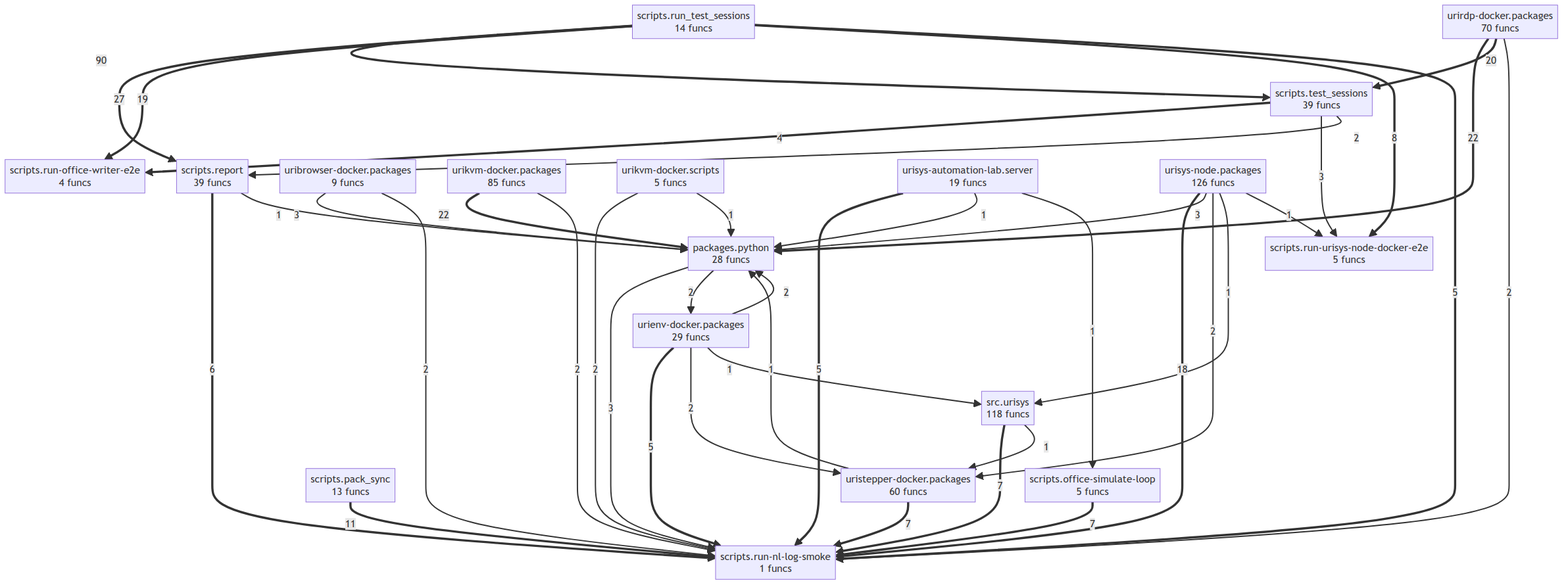
The Mermaid diagram project/compact_flow.png in tellmesh/urisys, before a commit. Its source is kept beside it as project/compact_flow.mmd.
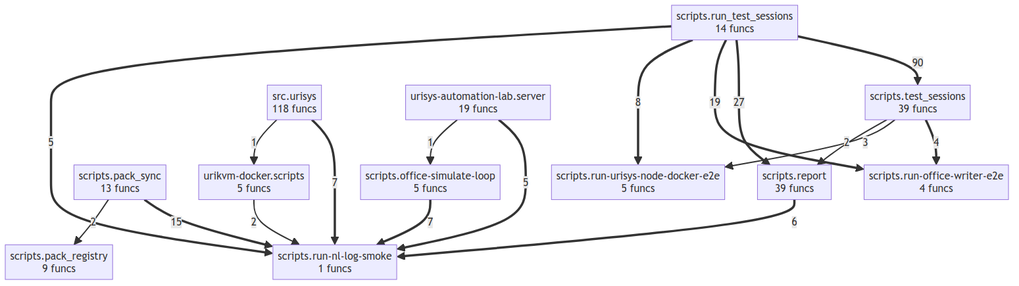
After the change.

The edit, as a diff of the source:
```diff
@@ -1,6 +1,6 @@
 flowchart TD
-    packages__python["packages.python<br/>28 funcs"]
     scripts__office_simulate_loop["scripts.office-simulate-loop<br/>5 funcs"]
+    scripts__pack_registry["scripts.pack_registry<br/>9 funcs"]
     scripts__pack_sync["scripts.pack_sync<br/>13 funcs"]
     scripts__report["scripts.report<br/>39 funcs"]
     scripts__run_nl_log_smoke["scripts.run-nl-log-smoke<br/>1 funcs"]
@@ -9,50 +9,22 @@
     scripts__run_test_sessions["scripts.run_test_sessions<br/>14 funcs"]
     scripts__test_sessions["scripts.test_sessions<br/>39 funcs"]
     src__urisys["src.urisys<br/>118 funcs"]
-    uribrowser_docker__packages["uribrowser-docker.packages<br/>9 funcs"]
-    urienv_docker__packages["urienv-docker.packages<br/>29 funcs"]
-    urikvm_docker__packages["urikvm-docker.packages<br/>85 funcs"]
     urikvm_docker__scripts["urikvm-docker.scripts<br/>5 funcs"]
-    urirdp_docker__packages["urirdp-docker.packages<br/>70 funcs"]
-    uristepper_docker__packages["uristepper-docker.packages<br/>60 funcs"]
     urisys_automation_lab__server["urisys-automation-lab.server<br/>19 funcs"]
-    urisys_node__packages["urisys-node.packages<br/>126 funcs"]
     scripts__run_test_sessions ==>|90| scripts__test_sessions
     scripts__run_test_sessions ==>|27| scripts__report
-    urirdp_docker__packages ==>|22| packages__python
-    urikvm_docker__packages ==>|22| packages__python
-    urirdp_docker__packages ==>|20| scripts__test_sessions
     scripts__run_test_sessions ==>|19| scripts__run_office_writer_e2e
-    urisys_node__packages ==>|18| scripts__run_nl_log_smoke
-    scripts__pack_sync ==>|11| scripts__run_nl_log_smoke
+    scripts__pack_sync ==>|15| scripts__run_nl_log_smoke
     scripts__run_test_sessions ==>|8| scripts__run_urisys_node_docker_e2e
     src__urisys ==>|7| scripts__run_nl_log_smoke
-    uristepper_docker__packages ==>|7| scripts__run_nl_log_smoke
     scripts__office_simulate_loop ==>|7| scripts__run_nl_log_smoke
     scripts__report ==>|6| scripts__run_nl_log_smoke
     scripts__run_test_sessions ==>|5| scripts__run_nl_log_smoke
     urisys_automation_lab__server ==>|5| scripts__run_nl_log_smoke
-    urienv_docker__packages ==>|5| scripts__run_nl_log_smoke
     scripts__test_sessions ==>|4| scripts__run_office_writer_e2e
-    packages__python -->|3| scripts__run_nl_log_smoke
     scripts__test_sessions -->|3| scripts__run_urisys_node_docker_e2e
-    uribrowser_docker__packages -->|3| packages__python
-    urisys_node__packages -->|3| packages__python
-    packages__python -->|2| urienv_docker__packages
     scripts__test_sessions -->|2| scripts__report
-    urirdp_docker__packages -->|2| scripts__run_nl_log_smoke
-    uribrowser_docker__packages -->|2| scripts__run_nl_log_smoke
-    urikvm_docker__packages -->|2| scripts__run_nl_log_smoke
     urikvm_docker__scripts -->|2| scripts__run_nl_log_smoke
-    urienv_docker__packages -->|2| uristepper_docker__packages
-    urienv_docker__packages -->|2| packages__python
-    urisys_node__packages -->|2| uristepper_docker__packages
-    src__urisys -->|1| uristepper_docker__packages
-    uristepper_docker__packages -->|1| packages__python
-    scripts__report -->|1| packages__python
-    urikvm_docker__scripts -->|1| packages__python
-    urisys_automation_lab__server -->|1| packages__python
+    scripts__pack_sync -->|2| scripts__pack_registry
+    src__urisys -->|1| urikvm_docker__scripts
     urisys_automation_lab__server -->|1| scripts__office_simulate_loop
-    urienv_docker__packages -->|1| src__urisys
-    urisys_node__packages -->|1| src__urisys
-    urisys_node__packages -->|1| scripts__run_urisys_node_docker_e2e
```
